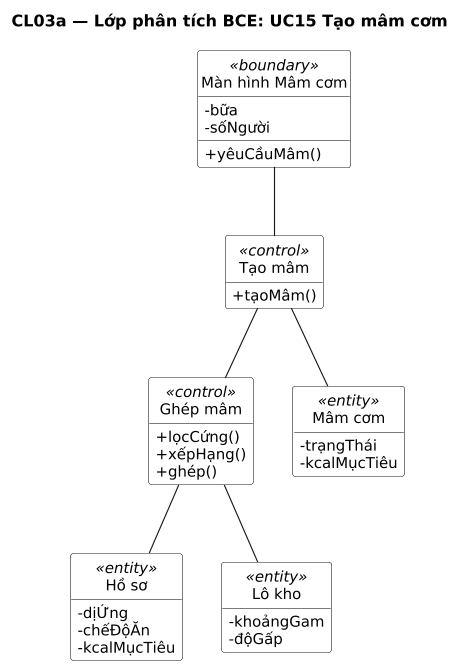
NamBuw/Tastoria keeps this PlantUML diagram as docs/uml/out/class/CL03a-bce-tao-mam.png. Above is the earlier version. The source it was exported from:
```plantuml
@startuml
title CL03a — Lớp phân tích BCE: UC15 Tạo mâm cơm
skinparam shadowing false
skinparam defaultFontName DejaVu Sans
skinparam defaultFontSize 13
skinparam dpi 110

hide circle
hide empty members
skinparam classAttributeIconSize 0
skinparam ClassBackgroundColor White

class "Màn hình Mâm cơm" as BM <<boundary>> {
  -bữa
  -sốNgười
  +yêuCầuMâm()
}
class "Tạo mâm" as CT <<control>> {
  +tạoMâm()
}
class "Ghép mâm" as CG <<control>> {
  +lọcCứng()
  +xếpHạng()
  +ghép()
}
class "Hồ sơ" as EHS <<entity>> {
  -dịỨng
  -chếĐộĂn
  -kcalMụcTiêu
}
class "Lô kho" as ELO <<entity>> {
  -khoảngGam
  -độGấp
}
class "Mâm cơm" as EM <<entity>> {
  -trạngThái
  -kcalMụcTiêu
}

BM -- CT
CT -- CG
CT -- EM
CG -- EHS
CG -- ELO
@enduml
```
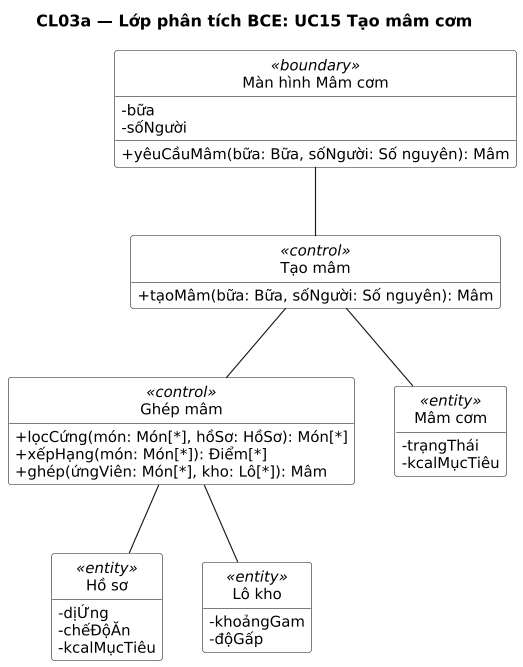
After the commit.

The edit, as a diff of the source:
```diff
@@ -13,15 +13,15 @@
 class "Màn hình Mâm cơm" as BM <<boundary>> {
   -bữa
   -sốNgười
-  +yêuCầuMâm()
+  +yêuCầuMâm(bữa: Bữa, sốNgười: Số nguyên): Mâm
 }
 class "Tạo mâm" as CT <<control>> {
-  +tạoMâm()
+  +tạoMâm(bữa: Bữa, sốNgười: Số nguyên): Mâm
 }
 class "Ghép mâm" as CG <<control>> {
-  +lọcCứng()
-  +xếpHạng()
-  +ghép()
+  +lọcCứng(món: Món[*], hồSơ: HồSơ): Món[*]
+  +xếpHạng(món: Món[*]): Điểm[*]
+  +ghép(ứngViên: Món[*], kho: Lô[*]): Mâm
 }
 class "Hồ sơ" as EHS <<entity>> {
   -dịỨng
```
